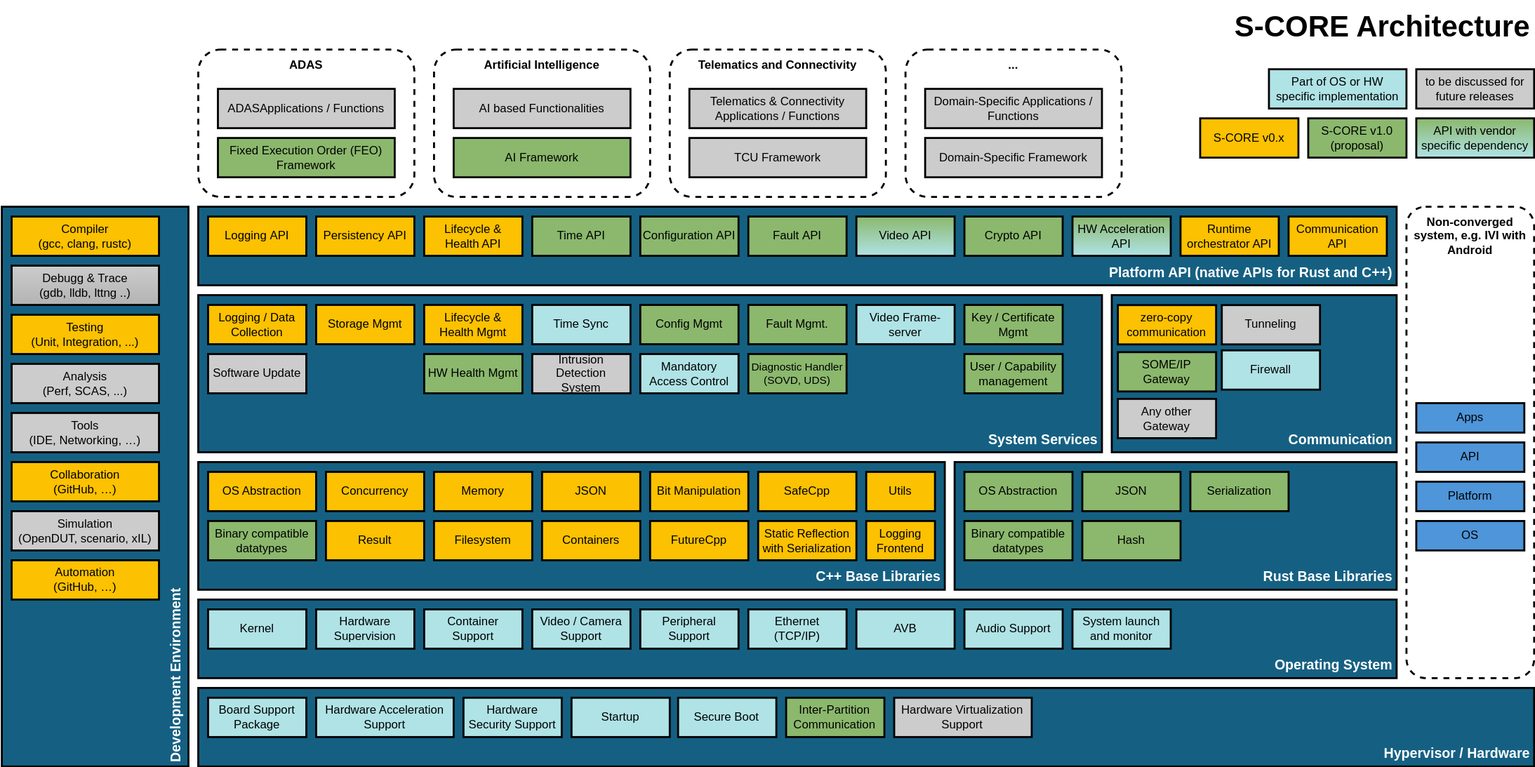
eclipse-score/score keeps this draw.io diagram as pr-2611/_images/architecture_0_6.drawio.svg. Above is the earlier version. Source tidied: cells renumbered, new cells last; positions are measured from the earlier drawing's top-left corner, leaving out a move shared by most shapes.
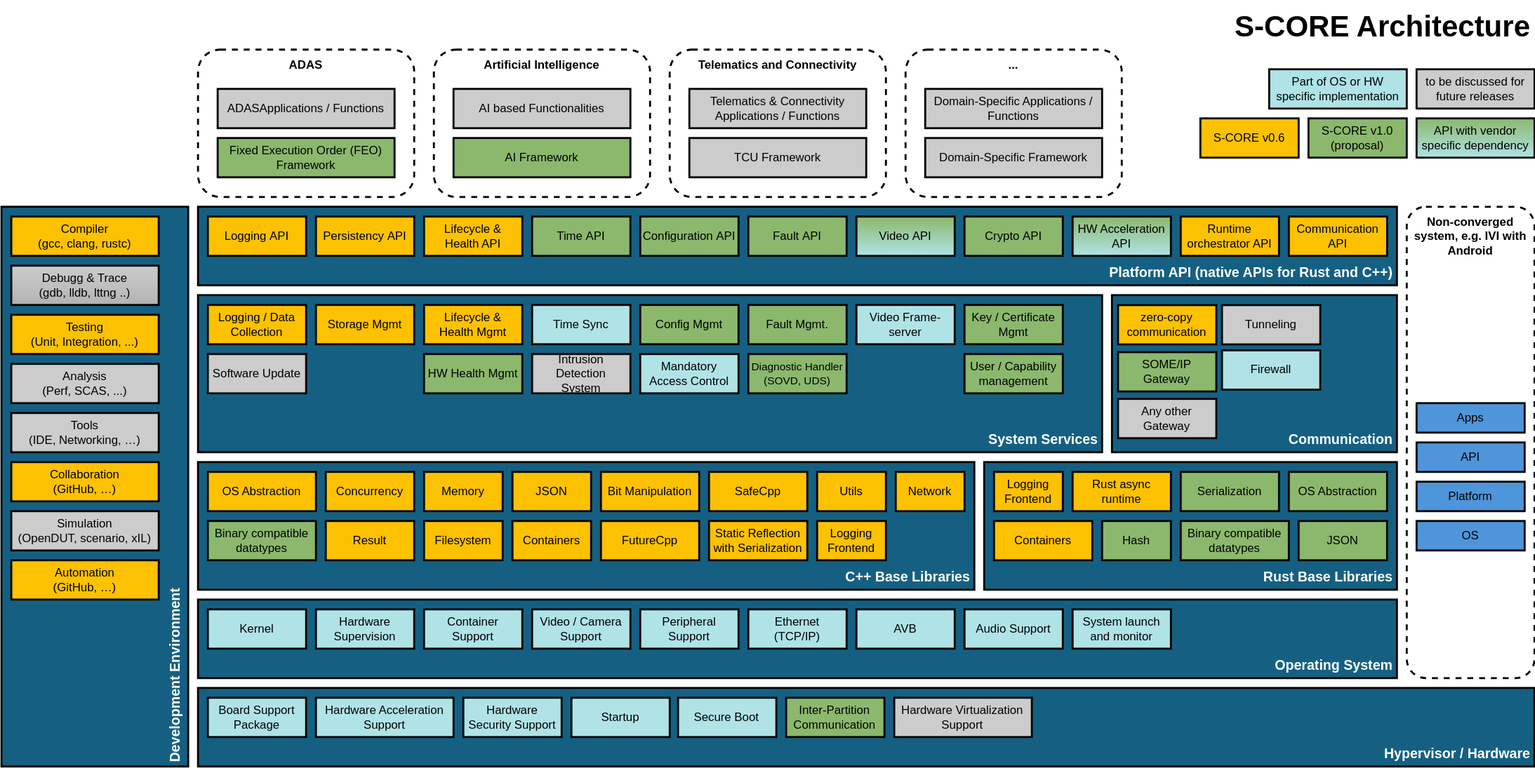
The same diagram one commit later.

Diff of the diagram source:
```diff
@@ -3,7 +3,7 @@
     <mxCell id="0" />
     <mxCell id="1" value="Background" parent="0" />
     <mxCell id="2" value="C++ Base Libraries" style="rounded=0;html=1;strokeWidth=2;fillColor=#156082;align=right;labelPosition=center;verticalLabelPosition=middle;verticalAlign=bottom;whiteSpace=wrap;horizontal=1;spacingRight=0;spacingBottom=0;spacingLeft=0;spacingTop=0;spacing=4;fontColor=#FFFFFF;fontSize=14;fontStyle=1;" parent="1" vertex="1">
-      <mxGeometry x="200" y="470" width="760" height="130" as="geometry" />
+      <mxGeometry x="200" y="470" width="790" height="130" as="geometry" />
     </mxCell>
     <mxCell id="3" value="Development Environment" style="rounded=0;html=1;strokeWidth=2;fillColor=#156082;align=left;labelPosition=center;verticalLabelPosition=middle;verticalAlign=bottom;whiteSpace=wrap;horizontal=0;spacingBottom=0;spacingLeft=0;spacing=4;fontColor=#FFFFFF;fontSize=14;fontStyle=1;" parent="1" vertex="1">
       <mxGeometry y="210" width="190" height="570" as="geometry" />
@@ -24,26 +24,38 @@
       <mxGeometry x="200" y="700" width="1360" height="80" as="geometry" />
     </mxCell>
     <mxCell id="9" value="Rust Base Libraries" style="rounded=0;html=1;strokeWidth=2;fillColor=#156082;align=right;labelPosition=center;verticalLabelPosition=middle;verticalAlign=bottom;whiteSpace=wrap;horizontal=1;spacingRight=0;spacingBottom=0;spacingLeft=0;spacingTop=0;spacing=4;fontColor=#FFFFFF;fontSize=14;fontStyle=1;" parent="1" vertex="1">
-      <mxGeometry x="970" y="470" width="450" height="130" as="geometry" />
+      <mxGeometry x="1000" y="470" width="420" height="130" as="geometry" />
     </mxCell>
     <mxCell id="10" value="Filesystem" style="rounded=0;whiteSpace=wrap;fillColor=#FCC100;strokeWidth=2;glass=0;shadow=0;strokeColor=default;align=center;verticalAlign=middle;spacingLeft=0;spacing=4;" parent="1" vertex="1">
-      <mxGeometry x="440" y="530" width="100" height="40" as="geometry" />
+      <mxGeometry x="430" y="530" width="80" height="40" as="geometry" />
     </mxCell>
     <mxCell id="11" value="FutureCpp" style="rounded=0;whiteSpace=wrap;fillColor=#FCC100;strokeWidth=2;glass=0;shadow=0;strokeColor=default;align=center;verticalAlign=middle;spacingLeft=0;spacing=4;" parent="1" vertex="1">
-      <mxGeometry x="660" y="530" width="100" height="40" as="geometry" />
+      <mxGeometry x="610" y="530" width="100" height="40" as="geometry" />
     </mxCell>
     <mxCell id="12" value="SafeCpp" style="rounded=0;whiteSpace=wrap;fillColor=#FCC100;strokeWidth=2;glass=0;shadow=0;strokeColor=default;align=center;verticalAlign=middle;spacingLeft=0;spacing=4;" parent="1" vertex="1">
-      <mxGeometry x="770" y="480" width="100" height="40" as="geometry" />
+      <mxGeometry x="720" y="480" width="100" height="40" as="geometry" />
     </mxCell>
     <mxCell id="13" value="Static Reflection with Serialization" style="rounded=0;whiteSpace=wrap;fillColor=#FCC100;strokeWidth=2;glass=0;shadow=0;strokeColor=default;align=center;verticalAlign=middle;spacingLeft=0;spacing=4;" parent="1" vertex="1">
-      <mxGeometry x="770" y="530" width="100" height="40" as="geometry" />
+      <mxGeometry x="720" y="530" width="100" height="40" as="geometry" />
     </mxCell>
     <mxCell id="14" value="Utils" style="rounded=0;whiteSpace=wrap;fillColor=#FCC100;strokeWidth=2;glass=0;shadow=0;strokeColor=default;align=center;verticalAlign=middle;spacingLeft=0;spacing=4;" parent="1" vertex="1">
-      <mxGeometry x="880" y="480" width="70" height="40" as="geometry" />
+      <mxGeometry x="830" y="480" width="70" height="40" as="geometry" />
     </mxCell>
     <mxCell id="15" value="Logging Frontend" style="rounded=0;whiteSpace=wrap;fillColor=#FCC100;strokeWidth=2;glass=0;shadow=0;strokeColor=default;align=center;verticalAlign=middle;spacingLeft=0;spacing=4;" parent="1" vertex="1">
-      <mxGeometry x="880" y="530" width="70" height="40" as="geometry" />
+      <mxGeometry x="830" y="530" width="70" height="40" as="geometry" />
     </mxCell>
+    <mxCell id="107" value="Logging Frontend" style="rounded=0;whiteSpace=wrap;fillColor=#FCC100;strokeWidth=2;glass=0;shadow=0;strokeColor=default;align=center;verticalAlign=middle;spacingLeft=0;spacing=4;" parent="1" vertex="1">
+      <mxGeometry x="1010" y="480" width="70" height="40" as="geometry" />
+    </mxCell>
+    <mxCell id="108" value="Containers" style="rounded=0;whiteSpace=wrap;fillColor=#FCC100;strokeWidth=2;glass=0;shadow=0;strokeColor=default;align=center;verticalAlign=middle;spacingLeft=0;spacing=4;" parent="1" vertex="1">
+      <mxGeometry x="1010" y="530" width="100" height="40" as="geometry" />
+    </mxCell>
+    <mxCell id="109" value="Rust async runtime" style="rounded=0;whiteSpace=wrap;fillColor=#FCC100;strokeWidth=2;glass=0;shadow=0;strokeColor=default;align=center;verticalAlign=middle;spacingLeft=0;spacing=4;" parent="1" vertex="1">
+      <mxGeometry x="1090" y="480" width="100" height="40" as="geometry" />
+    </mxCell>
+    <mxCell id="110" value="Network" style="rounded=0;whiteSpace=wrap;fillColor=#FCC100;strokeWidth=2;glass=0;shadow=0;strokeColor=default;align=center;verticalAlign=middle;spacingLeft=0;spacing=4;" parent="1" vertex="1">
+      <mxGeometry x="910" y="480" width="70" height="40" as="geometry" />
+    </mxCell>
     <mxCell id="16" value="Features" parent="0" />
     <mxCell id="17" value="S-CORE Architecture" style="text;whiteSpace=wrap;overflow=hidden;rounded=0;align=right;fontStyle=1;fontSize=30;spacingLeft=0;spacing=4;" parent="16" vertex="1">
       <mxGeometry x="1232.5" width="327.5" height="47.9" as="geometry" />
@@ -78,7 +90,7 @@
     <mxCell id="27" value="S-CORE v1.0 (proposal)" style="rounded=0;whiteSpace=wrap;fillColor=#8BB86D;strokeWidth=2;glass=0;shadow=0;strokeColor=#000000;spacingLeft=0;spacing=4;" parent="16" vertex="1">
       <mxGeometry x="1330" y="120" width="100" height="40" as="geometry" />
     </mxCell>
-    <mxCell id="28" value="S-CORE v0.5" style="rounded=0;whiteSpace=wrap;fillColor=#FCC100;strokeWidth=2;glass=0;shadow=0;spacingLeft=0;spacing=4;" parent="16" vertex="1">
+    <mxCell id="28" value="S-CORE v0.6" style="rounded=0;whiteSpace=wrap;fillColor=#FCC100;strokeWidth=2;glass=0;shadow=0;spacingLeft=0;spacing=4;" parent="16" vertex="1">
       <mxGeometry x="1220" y="120" width="100" height="40" as="geometry" />
     </mxCell>
     <mxCell id="29" value="Part of OS or HW specific implementation" style="rounded=0;whiteSpace=wrap;fillColor=#b0e3e6;strokeWidth=2;glass=0;shadow=0;strokeColor=#000000;spacingLeft=0;spacing=4;" parent="16" vertex="1">
@@ -102,7 +114,7 @@
     <mxCell id="35" value="Communication API" style="rounded=0;whiteSpace=wrap;fillColor=#FCC100;strokeWidth=2;glass=0;shadow=0;strokeColor=default;spacingLeft=0;spacing=4;" parent="16" vertex="1">
       <mxGeometry x="1310" y="220" width="100" height="40" as="geometry" />
     </mxCell>
-    <mxCell id="36" value="Lifecycle &amp; Health API" style="rounded=0;whiteSpace=wrap;fillColor=#8BB86D;strokeWidth=2;glass=0;shadow=0;strokeColor=#000000;spacingLeft=0;spacing=4;" parent="16" vertex="1">
+    <mxCell id="36" value="Lifecycle &amp; Health API" style="rounded=0;whiteSpace=wrap;fillColor=#FCC100;strokeWidth=2;glass=0;shadow=0;strokeColor=default;spacingLeft=0;spacing=4;align=center;verticalAlign=middle;fontFamily=Helvetica;fontSize=12;fontColor=default;" parent="16" vertex="1">
       <mxGeometry x="430" y="220" width="100" height="40" as="geometry" />
     </mxCell>
     <mxCell id="37" value="Configuration API" style="rounded=0;whiteSpace=wrap;fillColor=#8BB86D;strokeWidth=2;glass=0;shadow=0;strokeColor=#000000;spacingLeft=0;spacing=4;" parent="16" vertex="1">
@@ -144,7 +156,7 @@
     <mxCell id="49" value="Fault Mgmt." style="rounded=0;whiteSpace=wrap;fillColor=#8BB86D;strokeWidth=2;glass=0;shadow=0;strokeColor=#000000;spacingLeft=0;spacing=4;" parent="16" vertex="1">
       <mxGeometry x="760" y="310" width="100" height="40" as="geometry" />
     </mxCell>
-    <mxCell id="50" value="Lifecycle &amp; Health Mgmt" style="rounded=0;whiteSpace=wrap;fillColor=#8BB86D;strokeWidth=2;glass=0;shadow=0;strokeColor=#000000;spacingLeft=0;spacing=4;" parent="16" vertex="1">
+    <mxCell id="50" value="Lifecycle &amp; Health Mgmt" style="rounded=0;whiteSpace=wrap;fillColor=#FCC100;strokeWidth=2;glass=0;shadow=0;strokeColor=default;spacingLeft=0;spacing=4;align=center;verticalAlign=middle;fontFamily=Helvetica;fontSize=12;fontColor=default;" parent="16" vertex="1">
       <mxGeometry x="430" y="310" width="100" height="40" as="geometry" />
     </mxCell>
     <mxCell id="51" value="HW Health Mgmt" style="rounded=0;whiteSpace=wrap;fillColor=#8BB86D;strokeWidth=2;glass=0;shadow=0;strokeColor=#000000;spacingLeft=0;spacing=4;" parent="16" vertex="1">
@@ -265,43 +277,43 @@
       <mxGeometry x="760" y="360" width="100" height="40" as="geometry" />
     </mxCell>
     <mxCell id="90" value="Concurrency" style="rounded=0;whiteSpace=wrap;fillColor=#FCC100;strokeWidth=2;glass=0;shadow=0;spacingLeft=0;spacing=4;" parent="16" vertex="1">
-      <mxGeometry x="330" y="480" width="100" height="40" as="geometry" />
+      <mxGeometry x="330" y="480" width="90" height="40" as="geometry" />
     </mxCell>
     <mxCell id="91" value="Memory" style="rounded=0;whiteSpace=wrap;fillColor=#FCC100;strokeWidth=2;glass=0;shadow=0;spacingLeft=0;spacing=4;" parent="16" vertex="1">
-      <mxGeometry x="440" y="480" width="100" height="40" as="geometry" />
+      <mxGeometry x="430" y="480" width="80" height="40" as="geometry" />
     </mxCell>
     <mxCell id="92" value="Bit Manipulation" style="rounded=0;whiteSpace=wrap;fillColor=#FCC100;strokeWidth=2;glass=0;shadow=0;strokeColor=default;align=center;verticalAlign=middle;spacingLeft=0;spacing=4;" parent="16" vertex="1">
-      <mxGeometry x="660" y="480" width="100" height="40" as="geometry" />
+      <mxGeometry x="610" y="480" width="100" height="40" as="geometry" />
     </mxCell>
     <mxCell id="93" value="Containers" style="rounded=0;whiteSpace=wrap;fillColor=#FCC100;strokeWidth=2;glass=0;shadow=0;strokeColor=default;align=center;verticalAlign=middle;spacingLeft=0;spacing=4;" parent="16" vertex="1">
-      <mxGeometry x="550" y="530" width="100" height="40" as="geometry" />
+      <mxGeometry x="520" y="530" width="80" height="40" as="geometry" />
     </mxCell>
     <mxCell id="94" value="JSON" style="rounded=0;whiteSpace=wrap;fillColor=#FCC100;strokeWidth=2;glass=0;shadow=0;spacingLeft=0;spacing=4;" parent="16" vertex="1">
-      <mxGeometry x="550" y="480" width="100" height="40" as="geometry" />
+      <mxGeometry x="520" y="480" width="80" height="40" as="geometry" />
     </mxCell>
     <mxCell id="95" value="OS Abstraction" style="rounded=0;whiteSpace=wrap;fillColor=#FCC100;strokeWidth=2;glass=0;shadow=0;strokeColor=default;align=center;verticalAlign=middle;spacingLeft=0;spacing=4;" parent="16" vertex="1">
       <mxGeometry x="210" y="480" width="110" height="40" as="geometry" />
     </mxCell>
     <mxCell id="96" value="Result" style="rounded=0;whiteSpace=wrap;fillColor=#FCC100;strokeWidth=2;glass=0;shadow=0;spacingLeft=0;spacing=4;" parent="16" vertex="1">
-      <mxGeometry x="330" y="530" width="100" height="40" as="geometry" />
+      <mxGeometry x="330" y="530" width="90" height="40" as="geometry" />
     </mxCell>
     <mxCell id="97" value="Binary compatible datatypes" style="rounded=0;whiteSpace=wrap;fillColor=#8BB86D;strokeWidth=2;glass=0;shadow=0;strokeColor=default;align=center;verticalAlign=middle;spacingLeft=0;spacing=4;" parent="16" vertex="1">
       <mxGeometry x="210" y="530" width="110" height="40" as="geometry" />
     </mxCell>
     <mxCell id="98" value="JSON" style="rounded=0;whiteSpace=wrap;fillColor=#8BB86D;strokeWidth=2;glass=0;shadow=0;strokeColor=default;align=center;verticalAlign=middle;spacingLeft=0;spacing=4;" parent="16" vertex="1">
-      <mxGeometry x="1100" y="480" width="100" height="40" as="geometry" />
+      <mxGeometry x="1320" y="530" width="90" height="40" as="geometry" />
     </mxCell>
     <mxCell id="99" value="Serialization" style="rounded=0;whiteSpace=wrap;fillColor=#8BB86D;strokeWidth=2;glass=0;shadow=0;strokeColor=#000000;align=center;verticalAlign=middle;spacingLeft=0;spacing=4;" parent="16" vertex="1">
-      <mxGeometry x="1210" y="480" width="100" height="40" as="geometry" />
+      <mxGeometry x="1200" y="480" width="100" height="40" as="geometry" />
     </mxCell>
     <mxCell id="100" value="Hash" style="rounded=0;whiteSpace=wrap;fillColor=#8BB86D;strokeWidth=2;glass=0;shadow=0;strokeColor=#000000;align=center;verticalAlign=middle;spacingLeft=0;spacing=4;" parent="16" vertex="1">
-      <mxGeometry x="1100" y="530" width="100" height="40" as="geometry" />
+      <mxGeometry x="1120" y="530" width="70" height="40" as="geometry" />
     </mxCell>
     <mxCell id="101" value="Binary compatible datatypes" style="rounded=0;whiteSpace=wrap;fillColor=#8BB86D;strokeWidth=2;glass=0;shadow=0;strokeColor=default;align=center;verticalAlign=middle;spacingLeft=0;spacing=4;" parent="16" vertex="1">
-      <mxGeometry x="980" y="530" width="110" height="40" as="geometry" />
+      <mxGeometry x="1200" y="530" width="110" height="40" as="geometry" />
     </mxCell>
     <mxCell id="102" value="OS Abstraction" style="rounded=0;whiteSpace=wrap;fillColor=#8BB86D;strokeWidth=2;glass=0;shadow=0;strokeColor=default;align=center;verticalAlign=middle;spacingLeft=0;spacing=4;" parent="16" vertex="1">
-      <mxGeometry x="980" y="480" width="110" height="40" as="geometry" />
+      <mxGeometry x="1310" y="480" width="100" height="40" as="geometry" />
     </mxCell>
     <mxCell id="103" value="Artificial Intelligence" style="rounded=1;whiteSpace=wrap;strokeWidth=2;dashed=1;verticalAlign=top;spacing=4;fontStyle=1;spacingLeft=0;" parent="16" vertex="1">
       <mxGeometry x="440" y="50" width="220" height="150" as="geometry" />
```
